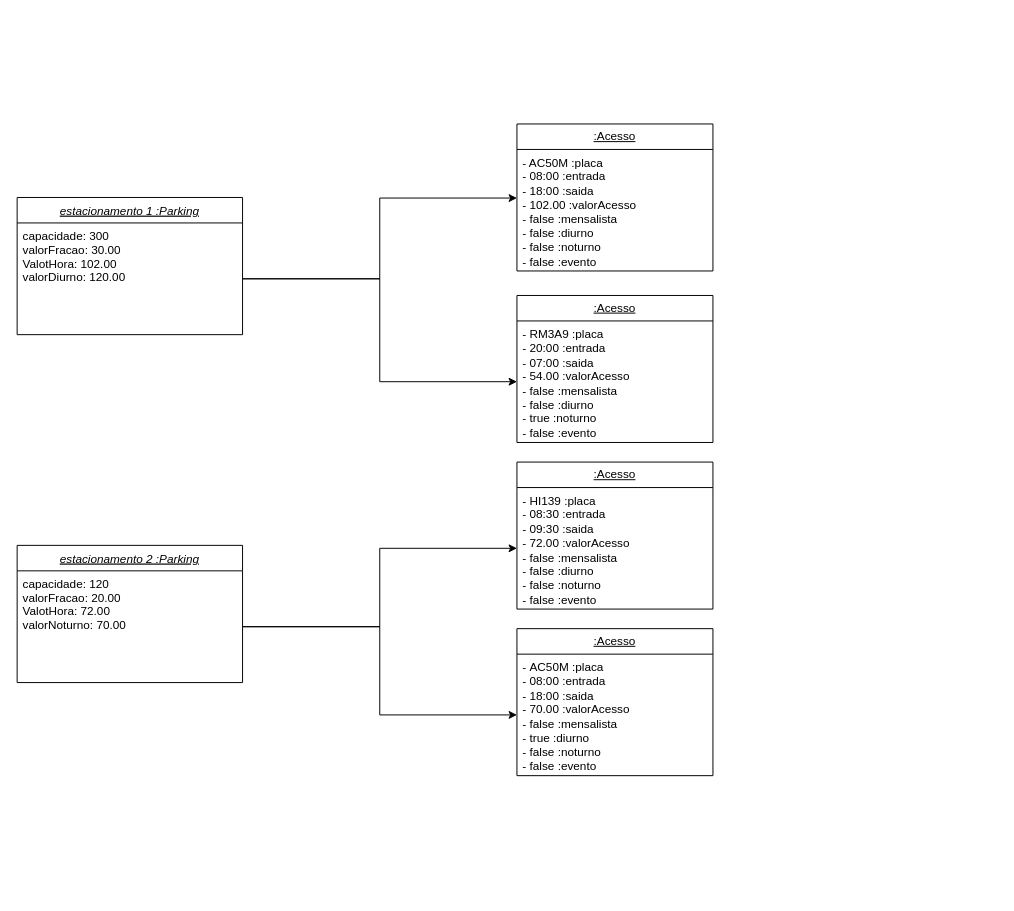
Pedronosrins/OO keeps this draw.io diagram as TP/Object_Diagram.drawio. Above is the earlier version. Source tidied: cells renumbered, new cells numbered last; positions are measured from the earlier drawing's top-left corner, leaving out a move shared by most shapes. Both pictures are drawn from the tidied source at 98%, with x=0, y=0 at pixel (17, 123).
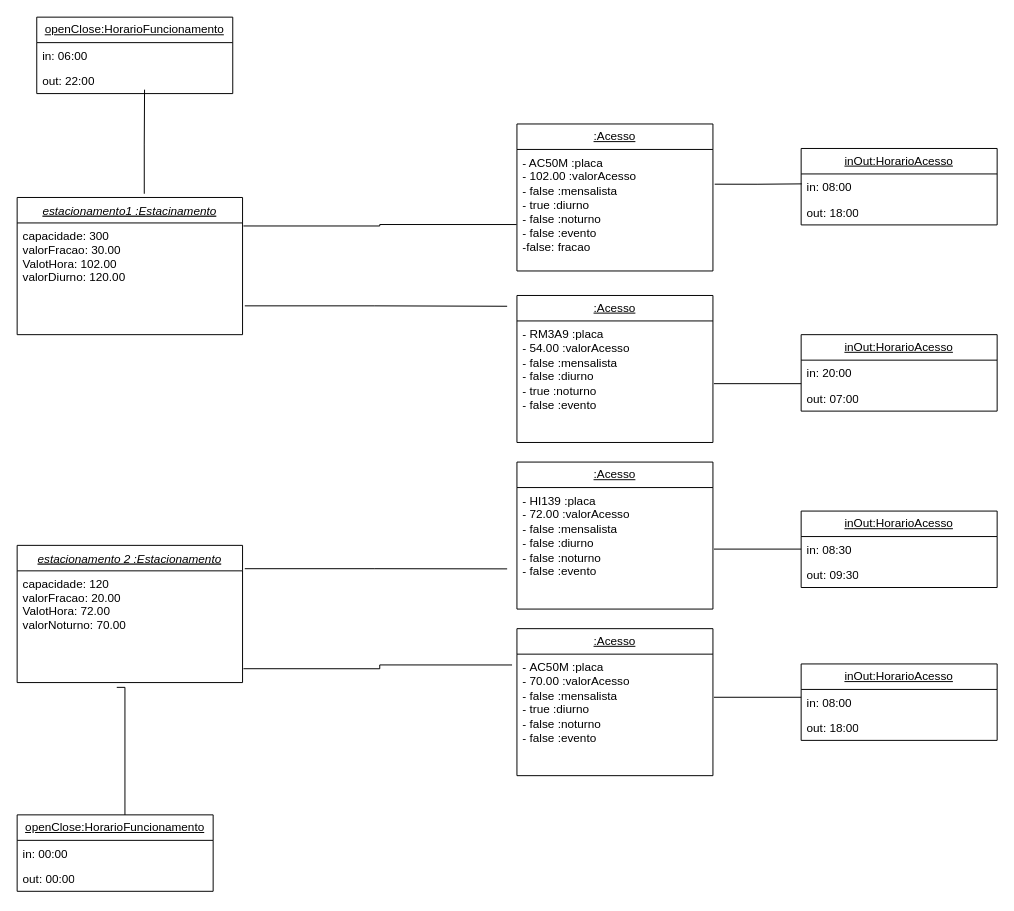
The same page after the edit.

Unchanged cells that the change refers to:
```xml
<mxCell id="5" value="capacidade: 120&#10;valorFracao: 20.00&#10;ValotHora: 72.00&#10;valorNoturno: 70.00&#10;" style="text;align=left;verticalAlign=top;spacingLeft=4;spacingRight=4;overflow=hidden;points=[[0,0.5],[1,0.5]];portConstraint=eastwest;" parent="4" vertex="1">
  <mxGeometry y="26" width="230" height="114" as="geometry" />
</mxCell>
<mxCell id="6" value="&lt;u&gt;:Acesso&lt;/u&gt;" style="swimlane;fontStyle=0;horizontal=1;startSize=26;fillColor=none;whiteSpace=wrap;html=1;" parent="1" vertex="1">
  <mxGeometry x="510" width="200" height="150" as="geometry" />
</mxCell>
<mxCell id="8" value="&lt;u&gt;:Acesso&lt;/u&gt;" style="swimlane;fontStyle=0;horizontal=1;startSize=26;fillColor=none;whiteSpace=wrap;html=1;" parent="1" vertex="1">
  <mxGeometry x="510" y="175" width="200" height="150" as="geometry" />
</mxCell>
<mxCell id="10" value="&lt;u&gt;:Acesso&lt;/u&gt;" style="swimlane;fontStyle=0;horizontal=1;startSize=26;fillColor=none;whiteSpace=wrap;html=1;" parent="1" vertex="1">
  <mxGeometry x="510" y="345" width="200" height="150" as="geometry" />
</mxCell>
<mxCell id="12" value="&lt;u&gt;:Acesso&lt;/u&gt;" style="swimlane;fontStyle=0;horizontal=1;startSize=26;fillColor=none;whiteSpace=wrap;html=1;" parent="1" vertex="1">
  <mxGeometry x="510" y="515" width="200" height="150" as="geometry" />
</mxCell>
```

Diff of the diagram source:
```diff
@@
-    <mxCell id="2" value="estacionamento 1 :Parking" style="swimlane;fontStyle=6;align=center;verticalAlign=top;horizontal=1;startSize=26;rounded=0;shadow=0;strokeWidth=1;" parent="1" vertex="1">
+    <mxCell id="2" value="estacionamento1 :Estacinamento" style="swimlane;fontStyle=6;align=center;verticalAlign=top;horizontal=1;startSize=26;rounded=0;shadow=0;strokeWidth=1;" parent="1" vertex="1">
       <mxGeometry y="75" width="230" height="140" as="geometry" />
     </mxCell>
-    <mxCell id="3" value="capacidade: 300&#10;valorFracao: 30.00&#10;ValotHora: 102.00&#10;valorDiurno: 120.00" style="text;align=left;verticalAlign=top;spacingLeft=4;spacingRight=4;overflow=hidden;points=[[0,0.5],[1,0.5]];portConstraint=eastwest;" parent="2" vertex="1">
+    <mxCell id="3" value="capacidade: 300&#10;valorFracao: 30.00&#10;ValotHora: 102.00&#10;valorDiurno: 120.00&#10;" style="text;align=left;verticalAlign=top;spacingLeft=4;spacingRight=4;overflow=hidden;points=[[0,0.5],[1,0.5]];portConstraint=eastwest;" parent="2" vertex="1">
       <mxGeometry y="26" width="230" height="114" as="geometry" />
     </mxCell>
-    <mxCell id="4" value="estacionamento 2 :Parking" style="swimlane;fontStyle=6;align=center;verticalAlign=top;horizontal=1;startSize=26;rounded=0;shadow=0;strokeWidth=1;" parent="1" vertex="1">
+    <mxCell id="4" value="estacionamento 2 :Estacionamento" style="swimlane;fontStyle=6;align=center;verticalAlign=top;horizontal=1;startSize=26;rounded=0;shadow=0;strokeWidth=1;" parent="1" vertex="1">
       <mxGeometry y="430" width="230" height="140" as="geometry" />
     </mxCell>
@@
-    <mxCell id="7" value="- AC50M&amp;nbsp;:placa&lt;br&gt;- 08:00 :entrada&lt;br&gt;- 18:00 :saida&lt;br&gt;- 102.00 :valorAcesso&lt;br&gt;- false :mensalista&lt;br&gt;- false :diurno&lt;br&gt;- false :noturno&lt;br&gt;- false :evento" style="text;strokeColor=none;fillColor=none;align=left;verticalAlign=top;spacingLeft=4;spacingRight=4;overflow=hidden;points=[[0,0.5],[1,0.5]];portConstraint=eastwest;whiteSpace=wrap;html=1;" parent="6" vertex="1">
+    <mxCell id="7" value="- AC50M&amp;nbsp;:placa&lt;br&gt;- 102.00 :valorAcesso&lt;br&gt;- false :mensalista&lt;br&gt;- true :diurno&lt;br&gt;- false :noturno&lt;br&gt;- false :evento&lt;br&gt;-false: fracao" style="text;strokeColor=none;fillColor=none;align=left;verticalAlign=top;spacingLeft=4;spacingRight=4;overflow=hidden;points=[[0,0.5],[1,0.5]];portConstraint=eastwest;whiteSpace=wrap;html=1;" parent="6" vertex="1">
       <mxGeometry y="26" width="200" height="124" as="geometry" />
     </mxCell>
@@
-    <mxCell id="9" value="-&amp;nbsp;RM3A9&amp;nbsp;:placa&lt;br&gt;- 20:00 :entrada&lt;br&gt;- 07:00 :saida&lt;br&gt;- 54.00 :valorAcesso&lt;br&gt;- false :mensalista&lt;br&gt;- false :diurno&lt;br&gt;- true :noturno&lt;br&gt;- false :evento" style="text;strokeColor=none;fillColor=none;align=left;verticalAlign=top;spacingLeft=4;spacingRight=4;overflow=hidden;points=[[0,0.5],[1,0.5]];portConstraint=eastwest;whiteSpace=wrap;html=1;" parent="8" vertex="1">
+    <mxCell id="9" value="-&amp;nbsp;RM3A9&amp;nbsp;:placa&lt;br&gt;- 54.00 :valorAcesso&lt;br&gt;- false :mensalista&lt;br&gt;- false :diurno&lt;br&gt;- true :noturno&lt;br&gt;- false :evento" style="text;strokeColor=none;fillColor=none;align=left;verticalAlign=top;spacingLeft=4;spacingRight=4;overflow=hidden;points=[[0,0.5],[1,0.5]];portConstraint=eastwest;whiteSpace=wrap;html=1;" parent="8" vertex="1">
       <mxGeometry y="26" width="200" height="124" as="geometry" />
     </mxCell>
@@
-    <mxCell id="11" value="-&amp;nbsp;HI139&amp;nbsp;:placa&lt;br&gt;- 08:30 :entrada&lt;br&gt;- 09:30 :saida&lt;br&gt;- 72.00 :valorAcesso&lt;br&gt;- false :mensalista&lt;br&gt;- false :diurno&lt;br&gt;- false :noturno&lt;br&gt;- false :evento" style="text;strokeColor=none;fillColor=none;align=left;verticalAlign=top;spacingLeft=4;spacingRight=4;overflow=hidden;points=[[0,0.5],[1,0.5]];portConstraint=eastwest;whiteSpace=wrap;html=1;" parent="10" vertex="1">
+    <mxCell id="11" value="-&amp;nbsp;HI139&amp;nbsp;:placa&lt;br&gt;- 72.00 :valorAcesso&lt;br&gt;- false :mensalista&lt;br&gt;- false :diurno&lt;br&gt;- false :noturno&lt;br&gt;- false :evento" style="text;strokeColor=none;fillColor=none;align=left;verticalAlign=top;spacingLeft=4;spacingRight=4;overflow=hidden;points=[[0,0.5],[1,0.5]];portConstraint=eastwest;whiteSpace=wrap;html=1;" parent="10" vertex="1">
       <mxGeometry y="26" width="200" height="124" as="geometry" />
     </mxCell>
@@
-    <mxCell id="13" value="-&amp;nbsp;AC50M :placa&lt;br&gt;- 08:00 :entrada&lt;br&gt;- 18:00 :saida&lt;br&gt;- 70.00 :valorAcesso&lt;br&gt;- false :mensalista&lt;br&gt;- true :diurno&lt;br&gt;- false :noturno&lt;br&gt;- false :evento" style="text;strokeColor=none;fillColor=none;align=left;verticalAlign=top;spacingLeft=4;spacingRight=4;overflow=hidden;points=[[0,0.5],[1,0.5]];portConstraint=eastwest;whiteSpace=wrap;html=1;" parent="12" vertex="1">
+    <mxCell id="13" value="-&amp;nbsp;AC50M :placa&lt;br&gt;- 70.00 :valorAcesso&lt;br&gt;- false :mensalista&lt;br&gt;- true :diurno&lt;br&gt;- false :noturno&lt;br&gt;- false :evento" style="text;strokeColor=none;fillColor=none;align=left;verticalAlign=top;spacingLeft=4;spacingRight=4;overflow=hidden;points=[[0,0.5],[1,0.5]];portConstraint=eastwest;whiteSpace=wrap;html=1;" parent="12" vertex="1">
       <mxGeometry y="26" width="200" height="124" as="geometry" />
     </mxCell>
+    <mxCell id="18" value="&lt;u&gt;openClose:HorarioFuncionamento&lt;/u&gt;" style="swimlane;fontStyle=0;horizontal=1;startSize=26;fillColor=none;whiteSpace=wrap;html=1;" parent="1" vertex="1">
+      <mxGeometry y="705" width="200" height="78" as="geometry" />
+    </mxCell>
+    <mxCell id="19" value="in: 00:00" style="text;strokeColor=none;fillColor=none;align=left;verticalAlign=top;spacingLeft=4;spacingRight=4;overflow=hidden;whiteSpace=wrap;html=1;" parent="18" vertex="1">
+      <mxGeometry y="26" width="200" height="26" as="geometry" />
+    </mxCell>
+    <mxCell id="20" value="out: 00:00" style="text;strokeColor=none;fillColor=none;align=left;verticalAlign=top;spacingLeft=4;spacingRight=4;overflow=hidden;whiteSpace=wrap;html=1;" parent="18" vertex="1">
+      <mxGeometry y="52" width="200" height="26" as="geometry" />
+    </mxCell>
+    <mxCell id="21" style="endArrow=none;html=1;edgeStyle=orthogonalEdgeStyle;rounded=0;exitX=0.564;exitY=-0.027;exitDx=0;exitDy=0;exitPerimeter=0;" parent="1" edge="1" source="2">
+      <mxGeometry relative="1" as="geometry">
+        <mxPoint x="130" y="-35" as="targetPoint" />
+      </mxGeometry>
+    </mxCell>
+    <mxCell id="22" value="&lt;u&gt;inOut:HorarioAcesso&lt;/u&gt;" style="swimlane;fontStyle=0;horizontal=1;startSize=26;fillColor=none;whiteSpace=wrap;html=1;" parent="1" vertex="1">
+      <mxGeometry x="800" y="25" width="200" height="78" as="geometry" />
+    </mxCell>
+    <mxCell id="23" value="in: 08:00" style="text;strokeColor=none;fillColor=none;align=left;verticalAlign=top;spacingLeft=4;spacingRight=4;overflow=hidden;points=[[0,0.5],[1,0.5]];portConstraint=eastwest;whiteSpace=wrap;html=1;" parent="22" vertex="1">
+      <mxGeometry y="26" width="200" height="26" as="geometry" />
+    </mxCell>
+    <mxCell id="24" value="out: 18:00" style="text;strokeColor=none;fillColor=none;align=left;verticalAlign=top;spacingLeft=4;spacingRight=4;overflow=hidden;whiteSpace=wrap;html=1;" parent="22" vertex="1">
+      <mxGeometry y="52" width="200" height="26" as="geometry" />
+    </mxCell>
+    <mxCell id="25" value="&lt;u&gt;inOut:HorarioAcesso&lt;/u&gt;" style="swimlane;fontStyle=0;horizontal=1;startSize=26;fillColor=none;whiteSpace=wrap;html=1;" parent="1" vertex="1">
+      <mxGeometry x="800" y="215" width="200" height="78" as="geometry" />
+    </mxCell>
+    <mxCell id="26" value="in: 20:00" style="text;strokeColor=none;fillColor=none;align=left;verticalAlign=top;spacingLeft=4;spacingRight=4;overflow=hidden;whiteSpace=wrap;html=1;" parent="25" vertex="1">
+      <mxGeometry y="26" width="200" height="26" as="geometry" />
+    </mxCell>
+    <mxCell id="27" value="out: 07:00" style="text;strokeColor=none;fillColor=none;align=left;verticalAlign=top;spacingLeft=4;spacingRight=4;overflow=hidden;whiteSpace=wrap;html=1;" parent="25" vertex="1">
+      <mxGeometry y="52" width="200" height="26" as="geometry" />
+    </mxCell>
+    <mxCell id="28" value="&lt;u&gt;inOut:HorarioAcesso&lt;/u&gt;" style="swimlane;fontStyle=0;horizontal=1;startSize=26;fillColor=none;whiteSpace=wrap;html=1;" parent="1" vertex="1">
+      <mxGeometry x="800" y="395" width="200" height="78" as="geometry" />
+    </mxCell>
+    <mxCell id="29" value="in: 08:30" style="text;strokeColor=none;fillColor=none;align=left;verticalAlign=top;spacingLeft=4;spacingRight=4;overflow=hidden;whiteSpace=wrap;html=1;" parent="28" vertex="1">
+      <mxGeometry y="26" width="200" height="26" as="geometry" />
+    </mxCell>
+    <mxCell id="30" value="out: 09:30" style="text;strokeColor=none;fillColor=none;align=left;verticalAlign=top;spacingLeft=4;spacingRight=4;overflow=hidden;whiteSpace=wrap;html=1;" parent="28" vertex="1">
+      <mxGeometry y="52" width="200" height="26" as="geometry" />
+    </mxCell>
+    <mxCell id="31" value="&lt;u&gt;inOut:HorarioAcesso&lt;/u&gt;" style="swimlane;fontStyle=0;horizontal=1;startSize=26;fillColor=none;whiteSpace=wrap;html=1;" parent="1" vertex="1">
+      <mxGeometry x="800" y="551" width="200" height="78" as="geometry" />
+    </mxCell>
+    <mxCell id="32" value="in: 08:00" style="text;strokeColor=none;fillColor=none;align=left;verticalAlign=top;spacingLeft=4;spacingRight=4;overflow=hidden;whiteSpace=wrap;html=1;" parent="31" vertex="1">
+      <mxGeometry y="26" width="200" height="26" as="geometry" />
+    </mxCell>
+    <mxCell id="33" value="out: 18:00" style="text;strokeColor=none;fillColor=none;align=left;verticalAlign=top;spacingLeft=4;spacingRight=4;overflow=hidden;whiteSpace=wrap;html=1;" parent="31" vertex="1">
+      <mxGeometry y="52" width="200" height="26" as="geometry" />
+    </mxCell>
+    <mxCell id="34" value="&lt;u&gt;openClose:HorarioFuncionamento&lt;/u&gt;" style="swimlane;fontStyle=0;horizontal=1;startSize=26;fillColor=none;whiteSpace=wrap;html=1;" parent="1" vertex="1">
+      <mxGeometry x="20" y="-109" width="200" height="78" as="geometry" />
+    </mxCell>
+    <mxCell id="35" value="in: 06:00" style="text;strokeColor=none;fillColor=none;align=left;verticalAlign=top;spacingLeft=4;spacingRight=4;overflow=hidden;whiteSpace=wrap;html=1;" parent="34" vertex="1">
+      <mxGeometry y="26" width="200" height="26" as="geometry" />
+    </mxCell>
+    <mxCell id="36" value="out: 22:00" style="text;strokeColor=none;fillColor=none;align=left;verticalAlign=top;spacingLeft=4;spacingRight=4;overflow=hidden;whiteSpace=wrap;html=1;" parent="34" vertex="1">
+      <mxGeometry y="52" width="200" height="26" as="geometry" />
+    </mxCell>
+    <mxCell id="37" style="endArrow=none;html=1;edgeStyle=orthogonalEdgeStyle;rounded=0;exitX=1.009;exitY=0.286;exitDx=0;exitDy=0;exitPerimeter=0;entryX=0.003;entryY=0.39;entryDx=0;entryDy=0;entryPerimeter=0;" parent="1" edge="1" source="7" target="23">
+      <mxGeometry relative="1" as="geometry" />
+    </mxCell>
+    <mxCell id="38" style="endArrow=none;html=1;edgeStyle=orthogonalEdgeStyle;rounded=0;exitX=1.009;exitY=0.286;exitDx=0;exitDy=0;exitPerimeter=0;entryX=0.003;entryY=0.39;entryDx=0;entryDy=0;entryPerimeter=0;" parent="1" edge="1">
+      <mxGeometry relative="1" as="geometry">
+        <mxPoint x="711" y="265" as="sourcePoint" />
+        <mxPoint x="800" y="265" as="targetPoint" />
+      </mxGeometry>
+    </mxCell>
+    <mxCell id="39" style="endArrow=none;html=1;edgeStyle=orthogonalEdgeStyle;rounded=0;exitX=1.009;exitY=0.286;exitDx=0;exitDy=0;exitPerimeter=0;entryX=0.003;entryY=0.39;entryDx=0;entryDy=0;entryPerimeter=0;" parent="1" edge="1">
+      <mxGeometry relative="1" as="geometry">
+        <mxPoint x="711" y="433.8" as="sourcePoint" />
+        <mxPoint x="800" y="433.8" as="targetPoint" />
+      </mxGeometry>
+    </mxCell>
+    <mxCell id="40" style="endArrow=none;html=1;edgeStyle=orthogonalEdgeStyle;rounded=0;exitX=1.009;exitY=0.286;exitDx=0;exitDy=0;exitPerimeter=0;entryX=0.003;entryY=0.39;entryDx=0;entryDy=0;entryPerimeter=0;" parent="1" edge="1">
+      <mxGeometry relative="1" as="geometry">
+        <mxPoint x="711" y="585" as="sourcePoint" />
+        <mxPoint x="800" y="585" as="targetPoint" />
+      </mxGeometry>
+    </mxCell>
+    <mxCell id="41" style="endArrow=none;html=1;edgeStyle=orthogonalEdgeStyle;rounded=0;exitX=0.442;exitY=1.043;exitDx=0;exitDy=0;exitPerimeter=0;" parent="1" edge="1" source="5">
+      <mxGeometry relative="1" as="geometry">
+        <mxPoint x="110" y="705" as="targetPoint" />
+        <Array as="points">
+          <mxPoint x="110" y="575" />
+        </Array>
+      </mxGeometry>
+    </mxCell>
-    <mxCell id="14" style="edgeStyle=orthogonalEdgeStyle;rounded=0;jettySize=auto;html=1;exitX=1;exitY=0.5;exitDx=0;exitDy=0;entryX=0;entryY=0.4;entryDx=0;entryDy=0;entryPerimeter=0;" parent="1" edge="1" source="3" target="7">
+    <mxCell id="14" style="endArrow=none;html=1;edgeStyle=orthogonalEdgeStyle;rounded=0;exitX=1.004;exitY=0.027;exitDx=0;exitDy=0;exitPerimeter=0;entryX=-0.002;entryY=0.618;entryDx=0;entryDy=0;entryPerimeter=0;" parent="1" edge="1" source="3" target="7">
       <mxGeometry relative="1" as="geometry" />
     </mxCell>
-    <mxCell id="15" style="edgeStyle=orthogonalEdgeStyle;rounded=0;jettySize=auto;html=1;exitX=1;exitY=0.5;exitDx=0;exitDy=0;entryX=0;entryY=0.5;entryDx=0;entryDy=0;" parent="1" edge="1" source="3" target="9">
-      <mxGeometry relative="1" as="geometry" />
-    </mxCell>
-    <mxCell id="16" style="edgeStyle=orthogonalEdgeStyle;rounded=0;jettySize=auto;html=1;exitX=1;exitY=0.5;exitDx=0;exitDy=0;entryX=0;entryY=0.5;entryDx=0;entryDy=0;" parent="1" edge="1" source="5" target="11">
-      <mxGeometry relative="1" as="geometry" />
-    </mxCell>
+    <mxCell id="42" style="endArrow=none;html=1;edgeStyle=orthogonalEdgeStyle;rounded=0;exitX=1.01;exitY=0.742;exitDx=0;exitDy=0;exitPerimeter=0;" parent="1" edge="1" source="3">
+      <mxGeometry relative="1" as="geometry">
+        <mxPoint x="500" y="186" as="targetPoint" />
+      </mxGeometry>
+    </mxCell>
+    <mxCell id="43" style="endArrow=none;html=1;edgeStyle=orthogonalEdgeStyle;rounded=0;exitX=1.01;exitY=0.17;exitDx=0;exitDy=0;exitPerimeter=0;" parent="1" edge="1" source="4">
+      <mxGeometry relative="1" as="geometry">
+        <mxPoint x="500" y="454" as="targetPoint" />
+      </mxGeometry>
+    </mxCell>
-    <mxCell id="17" style="edgeStyle=orthogonalEdgeStyle;rounded=0;jettySize=auto;html=1;exitX=1;exitY=0.5;exitDx=0;exitDy=0;entryX=0;entryY=0.5;entryDx=0;entryDy=0;" parent="1" edge="1" source="5" target="13">
+    <mxCell id="17" style="endArrow=none;html=1;edgeStyle=orthogonalEdgeStyle;rounded=0;exitX=1.004;exitY=0.876;exitDx=0;exitDy=0;exitPerimeter=0;entryX=-0.025;entryY=0.089;entryDx=0;entryDy=0;entryPerimeter=0;" parent="1" edge="1" source="5" target="13">
       <mxGeometry relative="1" as="geometry" />
     </mxCell>
```
